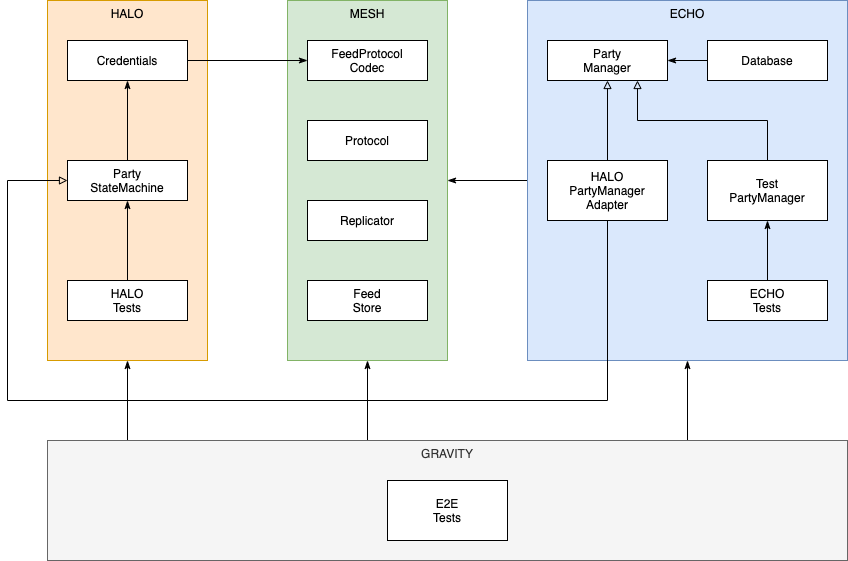
Before: docs/content/diagrams/dependencies.png, a diagram exported from draw.io (dxos/dxos). Source tidied: cells renumbered, new cells last; positions are measured from the earlier drawing's top-left corner, leaving out a move shared by most shapes.
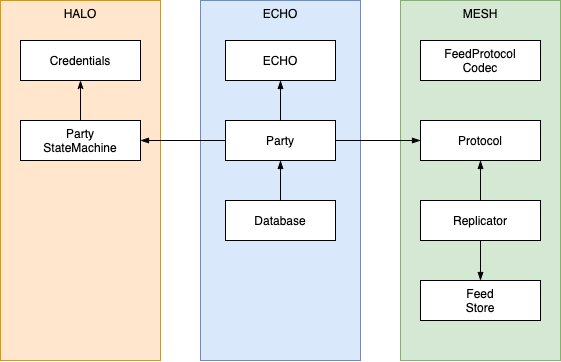
Later version of the same file.

What changed in the source:
```diff
@@ -3,106 +3,61 @@
     <mxCell id="0" />
     <mxCell id="1" parent="0" />
     <mxCell id="2" value="MESH" style="rounded=0;whiteSpace=wrap;html=1;verticalAlign=top;fillColor=#d5e8d4;strokeColor=#82b366;" parent="1" vertex="1">
-      <mxGeometry x="280" width="160" height="360" as="geometry" />
+      <mxGeometry x="600" width="160" height="360" as="geometry" />
     </mxCell>
     <mxCell id="3" value="HALO" style="rounded=0;whiteSpace=wrap;html=1;verticalAlign=top;fillColor=#ffe6cc;strokeColor=#d79b00;" parent="1" vertex="1">
-      <mxGeometry x="40" width="160" height="360" as="geometry" />
+      <mxGeometry x="200" width="160" height="360" as="geometry" />
     </mxCell>
-    <mxCell id="4" style="edgeStyle=orthogonalEdgeStyle;rounded=0;jettySize=auto;html=1;exitX=0;exitY=0.5;exitDx=0;exitDy=0;endArrow=classicThin;endFill=1;" parent="1" edge="1" source="5" target="2">
-      <mxGeometry relative="1" as="geometry" />
-    </mxCell>
     <mxCell id="5" value="ECHO" style="rounded=0;whiteSpace=wrap;html=1;verticalAlign=top;fillColor=#dae8fc;strokeColor=#6c8ebf;" parent="1" vertex="1">
-      <mxGeometry x="520" width="320" height="360" as="geometry" />
+      <mxGeometry x="400" width="160" height="360" as="geometry" />
     </mxCell>
     <mxCell id="6" style="edgeStyle=orthogonalEdgeStyle;rounded=0;jettySize=auto;html=1;exitX=0.5;exitY=0;exitDx=0;exitDy=0;endArrow=classicThin;endFill=1;" parent="1" edge="1" source="7" target="28">
       <mxGeometry relative="1" as="geometry" />
     </mxCell>
     <mxCell id="7" value="Party&lt;br&gt;StateMachine" style="rounded=0;whiteSpace=wrap;html=1;" parent="1" vertex="1">
-      <mxGeometry x="60" y="160" width="120" height="40" as="geometry" />
+      <mxGeometry x="220" y="120" width="120" height="40" as="geometry" />
     </mxCell>
-    <mxCell id="8" value="Party&lt;br&gt;Manager" style="rounded=0;whiteSpace=wrap;html=1;" parent="1" vertex="1">
-      <mxGeometry x="540" y="40" width="120" height="40" as="geometry" />
+    <mxCell id="8" value="ECHO" style="rounded=0;whiteSpace=wrap;html=1;" parent="1" vertex="1">
+      <mxGeometry x="425" y="40" width="110" height="40" as="geometry" />
     </mxCell>
-    <mxCell id="9" style="edgeStyle=orthogonalEdgeStyle;rounded=0;jettySize=auto;html=1;exitX=0.5;exitY=0;exitDx=0;exitDy=0;endArrow=block;endFill=0;" parent="1" edge="1" source="11" target="8">
+    <mxCell id="9" style="edgeStyle=orthogonalEdgeStyle;rounded=0;jettySize=auto;html=1;exitX=0.5;exitY=0;exitDx=0;exitDy=0;endArrow=blockThin;endFill=1;" parent="1" edge="1" source="11" target="8">
       <mxGeometry relative="1" as="geometry" />
     </mxCell>
-    <mxCell id="10" style="edgeStyle=orthogonalEdgeStyle;rounded=0;jettySize=auto;html=1;exitX=0.5;exitY=1;exitDx=0;exitDy=0;endArrow=block;endFill=0;entryX=0;entryY=0.5;entryDx=0;entryDy=0;" parent="1" edge="1" source="11" target="7">
-      <mxGeometry relative="1" as="geometry">
-        <Array as="points">
-          <mxPoint x="600" y="400" />
-          <mxPoint y="400" />
-          <mxPoint y="180" />
-        </Array>
-      </mxGeometry>
+    <mxCell id="10" style="edgeStyle=orthogonalEdgeStyle;rounded=0;jettySize=auto;html=1;exitX=0;exitY=0.5;exitDx=0;exitDy=0;entryX=1;entryY=0.5;entryDx=0;entryDy=0;endArrow=blockThin;endFill=1;" parent="1" edge="1" source="11" target="7">
+      <mxGeometry relative="1" as="geometry" />
     </mxCell>
+    <mxCell id="31" style="edgeStyle=orthogonalEdgeStyle;rounded=0;jettySize=auto;html=1;exitX=1;exitY=0.5;exitDx=0;exitDy=0;entryX=0;entryY=0.5;entryDx=0;entryDy=0;endArrow=blockThin;endFill=1;" parent="1" edge="1" source="11" target="13">
+      <mxGeometry relative="1" as="geometry" />
+    </mxCell>
-    <mxCell id="11" value="HALO&lt;br&gt;PartyManager&lt;br&gt;Adapter" style="rounded=0;whiteSpace=wrap;html=1;" parent="1" vertex="1">
-      <mxGeometry x="540" y="160" width="120" height="60" as="geometry" />
+    <mxCell id="11" value="Party" style="rounded=0;whiteSpace=wrap;html=1;" parent="1" vertex="1">
+      <mxGeometry x="425" y="120" width="110" height="40" as="geometry" />
     </mxCell>
     <mxCell id="12" value="FeedProtocol&lt;br&gt;Codec" style="rounded=0;whiteSpace=wrap;html=1;" parent="1" vertex="1">
-      <mxGeometry x="300" y="40" width="120" height="40" as="geometry" />
+      <mxGeometry x="620" y="40" width="120" height="40" as="geometry" />
     </mxCell>
     <mxCell id="13" value="Protocol" style="rounded=0;whiteSpace=wrap;html=1;" parent="1" vertex="1">
-      <mxGeometry x="300" y="120" width="120" height="40" as="geometry" />
+      <mxGeometry x="620" y="120" width="120" height="40" as="geometry" />
     </mxCell>
+    <mxCell id="32" style="edgeStyle=orthogonalEdgeStyle;rounded=0;jettySize=auto;html=1;exitX=0.5;exitY=0;exitDx=0;exitDy=0;entryX=0.5;entryY=1;entryDx=0;entryDy=0;endArrow=blockThin;endFill=1;" parent="1" edge="1" source="14" target="13">
+      <mxGeometry relative="1" as="geometry" />
+    </mxCell>
+    <mxCell id="33" style="edgeStyle=orthogonalEdgeStyle;rounded=0;jettySize=auto;html=1;exitX=0.5;exitY=1;exitDx=0;exitDy=0;endArrow=blockThin;endFill=1;" parent="1" edge="1" source="14" target="15">
+      <mxGeometry relative="1" as="geometry" />
+    </mxCell>
     <mxCell id="14" value="Replicator" style="rounded=0;whiteSpace=wrap;html=1;" parent="1" vertex="1">
-      <mxGeometry x="300" y="200" width="120" height="40" as="geometry" />
+      <mxGeometry x="620" y="200" width="120" height="40" as="geometry" />
     </mxCell>
     <mxCell id="15" value="Feed&lt;br&gt;Store" style="rounded=0;whiteSpace=wrap;html=1;" parent="1" vertex="1">
-      <mxGeometry x="300" y="280" width="120" height="40" as="geometry" />
+      <mxGeometry x="620" y="280" width="120" height="40" as="geometry" />
     </mxCell>
-    <mxCell id="16" style="edgeStyle=orthogonalEdgeStyle;rounded=0;jettySize=auto;html=1;exitX=0.5;exitY=0;exitDx=0;exitDy=0;entryX=0.75;entryY=1;entryDx=0;entryDy=0;endArrow=block;endFill=0;" parent="1" edge="1" source="17" target="8">
-      <mxGeometry relative="1" as="geometry" />
-    </mxCell>
+    <mxCell id="34" style="edgeStyle=orthogonalEdgeStyle;rounded=0;jettySize=auto;html=1;exitX=0.5;exitY=0;exitDx=0;exitDy=0;entryX=0.5;entryY=1;entryDx=0;entryDy=0;endArrow=blockThin;endFill=1;" parent="1" edge="1" source="17" target="11">
+      <mxGeometry relative="1" as="geometry" />
+    </mxCell>
-    <mxCell id="17" value="Test&lt;br&gt;PartyManager" style="rounded=0;whiteSpace=wrap;html=1;" parent="1" vertex="1">
-      <mxGeometry x="700" y="160" width="120" height="60" as="geometry" />
+    <mxCell id="17" value="Database" style="rounded=0;whiteSpace=wrap;html=1;" parent="1" vertex="1">
+      <mxGeometry x="425" y="200" width="110" height="40" as="geometry" />
     </mxCell>
-    <mxCell id="18" style="edgeStyle=orthogonalEdgeStyle;rounded=0;jettySize=auto;html=1;exitX=0.5;exitY=0;exitDx=0;exitDy=0;endArrow=classicThin;endFill=1;" parent="1" edge="1" source="19" target="17">
-      <mxGeometry relative="1" as="geometry" />
-    </mxCell>
-    <mxCell id="19" value="ECHO&lt;br&gt;Tests" style="rounded=0;whiteSpace=wrap;html=1;" parent="1" vertex="1">
-      <mxGeometry x="700" y="280" width="120" height="40" as="geometry" />
-    </mxCell>
-    <mxCell id="20" style="edgeStyle=orthogonalEdgeStyle;rounded=0;jettySize=auto;html=1;exitX=0.5;exitY=0;exitDx=0;exitDy=0;endArrow=classicThin;endFill=1;" parent="1" edge="1" source="21" target="7">
-      <mxGeometry relative="1" as="geometry" />
-    </mxCell>
-    <mxCell id="21" value="HALO&lt;br&gt;Tests" style="rounded=0;whiteSpace=wrap;html=1;" parent="1" vertex="1">
-      <mxGeometry x="60" y="280" width="120" height="40" as="geometry" />
-    </mxCell>
-    <mxCell id="22" style="edgeStyle=orthogonalEdgeStyle;rounded=0;jettySize=auto;html=1;endArrow=classicThin;endFill=1;exitX=0.4;exitY=0;exitDx=0;exitDy=0;exitPerimeter=0;" parent="1" edge="1" source="25" target="2">
-      <mxGeometry relative="1" as="geometry" />
-    </mxCell>
-    <mxCell id="23" style="edgeStyle=orthogonalEdgeStyle;rounded=0;jettySize=auto;html=1;exitX=0.098;exitY=0;exitDx=0;exitDy=0;endArrow=classicThin;endFill=1;exitPerimeter=0;" parent="1" edge="1" source="25" target="3">
-      <mxGeometry relative="1" as="geometry">
-        <Array as="points">
-          <mxPoint x="120" y="440" />
-        </Array>
-      </mxGeometry>
-    </mxCell>
-    <mxCell id="24" style="edgeStyle=orthogonalEdgeStyle;rounded=0;jettySize=auto;html=1;exitX=0.8;exitY=0.008;exitDx=0;exitDy=0;endArrow=classicThin;endFill=1;exitPerimeter=0;" parent="1" edge="1" source="25" target="5">
-      <mxGeometry relative="1" as="geometry">
-        <Array as="points">
-          <mxPoint x="680" y="460" />
-          <mxPoint x="680" y="460" />
-        </Array>
-      </mxGeometry>
-    </mxCell>
-    <mxCell id="25" value="GRAVITY" style="rounded=0;whiteSpace=wrap;html=1;verticalAlign=top;fillColor=#f5f5f5;strokeColor=#666666;fontColor=#333333;" parent="1" vertex="1">
-      <mxGeometry x="40" y="440" width="800" height="120" as="geometry" />
-    </mxCell>
-    <mxCell id="26" value="E2E&lt;br&gt;Tests" style="rounded=0;whiteSpace=wrap;html=1;" parent="1" vertex="1">
-      <mxGeometry x="380" y="480" width="120" height="60" as="geometry" />
-    </mxCell>
-    <mxCell id="27" style="edgeStyle=orthogonalEdgeStyle;rounded=0;jettySize=auto;html=1;exitX=1;exitY=0.5;exitDx=0;exitDy=0;endArrow=classicThin;endFill=1;" parent="1" edge="1" source="28" target="12">
-      <mxGeometry relative="1" as="geometry" />
-    </mxCell>
     <mxCell id="28" value="Credentials" style="rounded=0;whiteSpace=wrap;html=1;" parent="1" vertex="1">
-      <mxGeometry x="60" y="40" width="120" height="40" as="geometry" />
+      <mxGeometry x="220" y="40" width="120" height="40" as="geometry" />
     </mxCell>
-    <mxCell id="29" style="edgeStyle=orthogonalEdgeStyle;rounded=0;jettySize=auto;html=1;exitX=0;exitY=0.5;exitDx=0;exitDy=0;endArrow=classicThin;endFill=1;" parent="1" edge="1" source="30" target="8">
-      <mxGeometry relative="1" as="geometry" />
-    </mxCell>
-    <mxCell id="30" value="Database" style="rounded=0;whiteSpace=wrap;html=1;" parent="1" vertex="1">
-      <mxGeometry x="700" y="40" width="120" height="40" as="geometry" />
-    </mxCell>
   </root>
 </mxGraphModel>
```
